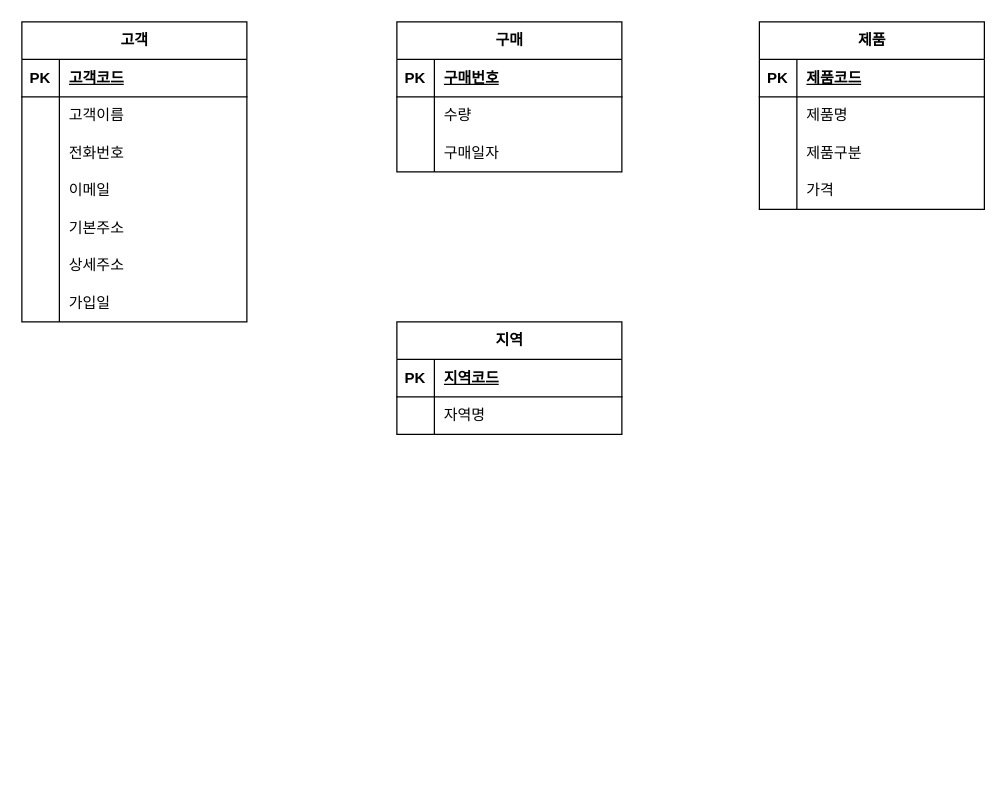
Above: page "페이지-2" (2 of 2) of 제목 없는 다이어그램.drawio in ei1111/erd (draw.io), before the change. Source tidied: cells renumbered, new cells numbered last; positions are measured from the earlier drawing's top-left corner, leaving out a move shared by most shapes. Both pictures are drawn from the tidied source at 125%, with x=0, y=0 at pixel (21, 21).
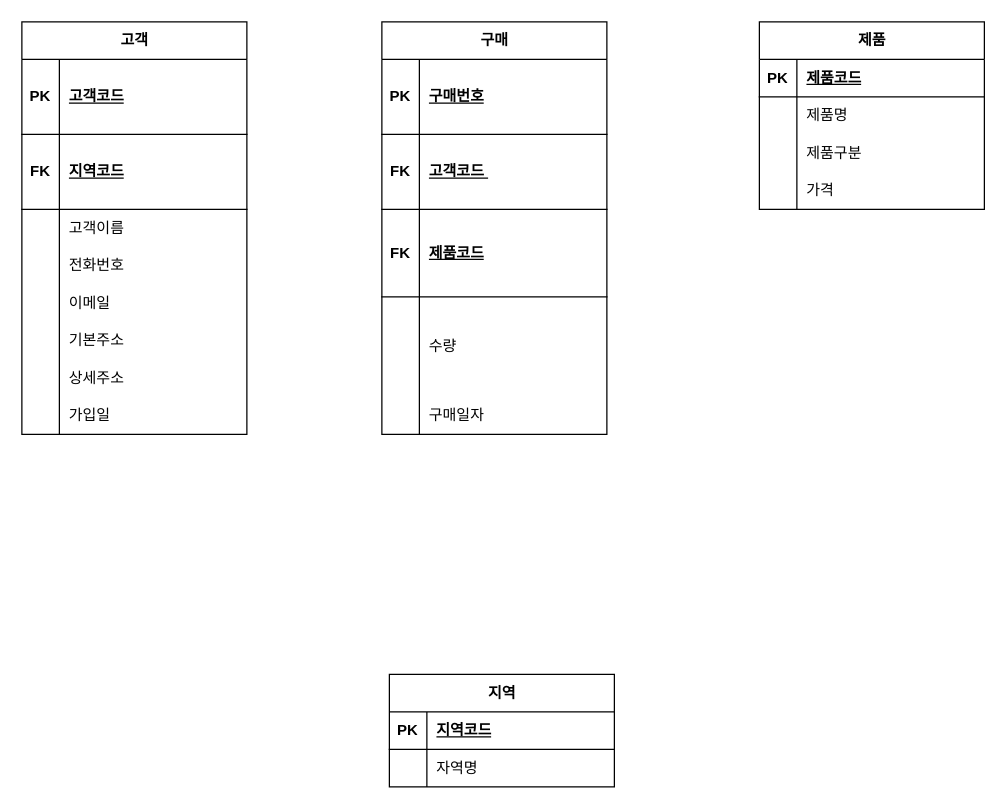
Above is the later version.

Commit message:
제목 없는 다이어그램.drawio 업데이트

What changed in the source:
```diff
@@
     <mxCell id="2" value="고객" style="shape=table;startSize=30;childLayout=tableLayout;rowLines=0;fontStyle=1;align=center;html=1;" parent="1" vertex="1">
-      <mxGeometry width="180" height="240" as="geometry" />
+      <mxGeometry width="180" height="330" as="geometry" />
     </mxCell>
     <mxCell id="3" style="shape=tableRow;horizontal=0;startSize=0;swimlaneHead=0;swimlaneBody=0;fillColor=none;top=0;left=0;right=0;bottom=1;" parent="2" vertex="1">
-      <mxGeometry y="30" width="180" height="30" as="geometry" />
+      <mxGeometry y="30" width="180" height="60" as="geometry" />
     </mxCell>
     <mxCell id="4" value="PK" style="shape=partialRectangle;fillColor=none;top=0;left=0;bottom=0;right=0;fontStyle=1;overflow=hidden;whiteSpace=wrap;html=1;" parent="3" vertex="1">
-      <mxGeometry width="30" height="30" as="geometry" />
+      <mxGeometry width="30" height="60" as="geometry" />
     </mxCell>
     <mxCell id="5" value="고객코드" style="shape=partialRectangle;fillColor=none;top=0;left=0;bottom=0;right=0;align=left;spacingLeft=6;fontStyle=5;overflow=hidden;whiteSpace=wrap;html=1;" parent="3" vertex="1">
-      <mxGeometry x="30" width="150" height="30" as="geometry" />
+      <mxGeometry x="30" width="150" height="60" as="geometry" />
     </mxCell>
+    <mxCell id="54" style="shape=tableRow;horizontal=0;startSize=0;swimlaneHead=0;swimlaneBody=0;fillColor=none;top=0;left=0;right=0;bottom=1;" parent="2" vertex="1">
+      <mxGeometry y="90" width="180" height="60" as="geometry" />
+    </mxCell>
+    <mxCell id="55" value="FK" style="shape=partialRectangle;fillColor=none;top=0;left=0;bottom=0;right=0;fontStyle=1;overflow=hidden;whiteSpace=wrap;html=1;" parent="54" vertex="1">
+      <mxGeometry width="30" height="60" as="geometry" />
+    </mxCell>
+    <mxCell id="56" value="지역코드" style="shape=partialRectangle;fillColor=none;top=0;left=0;bottom=0;right=0;align=left;spacingLeft=6;fontStyle=5;overflow=hidden;whiteSpace=wrap;html=1;" parent="54" vertex="1">
+      <mxGeometry x="30" width="150" height="60" as="geometry" />
+    </mxCell>
     <mxCell id="6" style="shape=tableRow;horizontal=0;startSize=0;swimlaneHead=0;swimlaneBody=0;fillColor=none;top=0;left=0;right=0;bottom=0;" parent="2" vertex="1">
-      <mxGeometry y="60" width="180" height="30" as="geometry" />
+      <mxGeometry y="150" width="180" height="30" as="geometry" />
     </mxCell>
@@
     <mxCell id="9" style="shape=tableRow;horizontal=0;startSize=0;swimlaneHead=0;swimlaneBody=0;fillColor=none;top=0;left=0;right=0;bottom=0;" parent="2" vertex="1">
-      <mxGeometry y="90" width="180" height="30" as="geometry" />
+      <mxGeometry y="180" width="180" height="30" as="geometry" />
     </mxCell>
@@
     <mxCell id="12" style="shape=tableRow;horizontal=0;startSize=0;swimlaneHead=0;swimlaneBody=0;fillColor=none;top=0;left=0;right=0;bottom=0;" parent="2" vertex="1">
-      <mxGeometry y="120" width="180" height="30" as="geometry" />
+      <mxGeometry y="210" width="180" height="30" as="geometry" />
     </mxCell>
@@
     <mxCell id="15" style="shape=tableRow;horizontal=0;startSize=0;swimlaneHead=0;swimlaneBody=0;fillColor=none;top=0;left=0;right=0;bottom=0;" parent="2" vertex="1">
-      <mxGeometry y="150" width="180" height="30" as="geometry" />
+      <mxGeometry y="240" width="180" height="30" as="geometry" />
     </mxCell>
@@
     <mxCell id="18" style="shape=tableRow;horizontal=0;startSize=0;swimlaneHead=0;swimlaneBody=0;fillColor=none;top=0;left=0;right=0;bottom=0;" parent="2" vertex="1">
-      <mxGeometry y="180" width="180" height="30" as="geometry" />
+      <mxGeometry y="270" width="180" height="30" as="geometry" />
     </mxCell>
@@
     <mxCell id="21" style="shape=tableRow;horizontal=0;startSize=0;swimlaneHead=0;swimlaneBody=0;fillColor=none;top=0;left=0;right=0;bottom=0;" parent="2" vertex="1">
-      <mxGeometry y="210" width="180" height="30" as="geometry" />
+      <mxGeometry y="300" width="180" height="30" as="geometry" />
     </mxCell>
@@
     <mxCell id="24" value="구매" style="shape=table;startSize=30;childLayout=tableLayout;rowLines=0;fontStyle=1;align=center;html=1;" parent="1" vertex="1">
-      <mxGeometry x="300" width="180" height="120" as="geometry" />
+      <mxGeometry x="288" width="180" height="330" as="geometry" />
     </mxCell>
+    <mxCell id="57" style="shape=tableRow;horizontal=0;startSize=0;swimlaneHead=0;swimlaneBody=0;fillColor=none;top=0;left=0;right=0;bottom=1;" parent="24" vertex="1">
+      <mxGeometry y="30" width="180" height="60" as="geometry" />
+    </mxCell>
+    <mxCell id="58" value="PK" style="shape=partialRectangle;fillColor=none;top=0;left=0;bottom=0;right=0;fontStyle=1;overflow=hidden;whiteSpace=wrap;html=1;" parent="57" vertex="1">
+      <mxGeometry width="30" height="60" as="geometry" />
+    </mxCell>
+    <mxCell id="59" value="구매번호" style="shape=partialRectangle;fillColor=none;top=0;left=0;bottom=0;right=0;align=left;spacingLeft=6;fontStyle=5;overflow=hidden;whiteSpace=wrap;html=1;" parent="57" vertex="1">
+      <mxGeometry x="30" width="150" height="60" as="geometry" />
+    </mxCell>
+    <mxCell id="60" style="shape=tableRow;horizontal=0;startSize=0;swimlaneHead=0;swimlaneBody=0;fillColor=none;top=0;left=0;right=0;bottom=1;" parent="24" vertex="1">
+      <mxGeometry y="90" width="180" height="60" as="geometry" />
+    </mxCell>
+    <mxCell id="61" value="FK" style="shape=partialRectangle;fillColor=none;top=0;left=0;bottom=0;right=0;fontStyle=1;overflow=hidden;whiteSpace=wrap;html=1;" parent="60" vertex="1">
+      <mxGeometry width="30" height="60" as="geometry" />
+    </mxCell>
+    <mxCell id="62" value="고객코드&amp;nbsp;" style="shape=partialRectangle;fillColor=none;top=0;left=0;bottom=0;right=0;align=left;spacingLeft=6;fontStyle=5;overflow=hidden;whiteSpace=wrap;html=1;" parent="60" vertex="1">
+      <mxGeometry x="30" width="150" height="60" as="geometry" />
+    </mxCell>
     <mxCell id="25" style="shape=tableRow;horizontal=0;startSize=0;swimlaneHead=0;swimlaneBody=0;fillColor=none;top=0;left=0;right=0;bottom=1;" parent="24" vertex="1">
-      <mxGeometry y="30" width="180" height="30" as="geometry" />
+      <mxGeometry y="150" width="180" height="70" as="geometry" />
     </mxCell>
-    <mxCell id="26" value="PK" style="shape=partialRectangle;fillColor=none;top=0;left=0;bottom=0;right=0;fontStyle=1;overflow=hidden;whiteSpace=wrap;html=1;" parent="25" vertex="1">
-      <mxGeometry width="30" height="30" as="geometry" />
+    <mxCell id="26" value="FK" style="shape=partialRectangle;fillColor=none;top=0;left=0;bottom=0;right=0;fontStyle=1;overflow=hidden;whiteSpace=wrap;html=1;" parent="25" vertex="1">
+      <mxGeometry width="30" height="70" as="geometry" />
     </mxCell>
-    <mxCell id="27" value="구매번호" style="shape=partialRectangle;fillColor=none;top=0;left=0;bottom=0;right=0;align=left;spacingLeft=6;fontStyle=5;overflow=hidden;whiteSpace=wrap;html=1;" parent="25" vertex="1">
-      <mxGeometry x="30" width="150" height="30" as="geometry" />
+    <mxCell id="27" value="제품코드" style="shape=partialRectangle;fillColor=none;top=0;left=0;bottom=0;right=0;align=left;spacingLeft=6;fontStyle=5;overflow=hidden;whiteSpace=wrap;html=1;" parent="25" vertex="1">
+      <mxGeometry x="30" width="150" height="70" as="geometry" />
     </mxCell>
     <mxCell id="28" style="shape=tableRow;horizontal=0;startSize=0;swimlaneHead=0;swimlaneBody=0;fillColor=none;top=0;left=0;right=0;bottom=0;" parent="24" vertex="1">
-      <mxGeometry y="60" width="180" height="30" as="geometry" />
+      <mxGeometry y="220" width="180" height="80" as="geometry" />
     </mxCell>
     <mxCell id="29" style="shape=partialRectangle;fillColor=none;top=0;left=0;bottom=0;right=0;overflow=hidden;whiteSpace=wrap;html=1;" parent="28" vertex="1">
-      <mxGeometry width="30" height="30" as="geometry" />
+      <mxGeometry width="30" height="80" as="geometry" />
     </mxCell>
     <mxCell id="30" value="수량" style="shape=partialRectangle;fillColor=none;top=0;left=0;bottom=0;right=0;align=left;spacingLeft=6;overflow=hidden;whiteSpace=wrap;html=1;" parent="28" vertex="1">
-      <mxGeometry x="30" width="150" height="30" as="geometry" />
+      <mxGeometry x="30" width="150" height="80" as="geometry" />
     </mxCell>
     <mxCell id="31" style="shape=tableRow;horizontal=0;startSize=0;swimlaneHead=0;swimlaneBody=0;fillColor=none;top=0;left=0;right=0;bottom=0;" parent="24" vertex="1">
-      <mxGeometry y="90" width="180" height="30" as="geometry" />
+      <mxGeometry y="300" width="180" height="30" as="geometry" />
     </mxCell>
@@
     <mxCell id="47" value="지역" style="shape=table;startSize=30;childLayout=tableLayout;rowLines=0;fontStyle=1;align=center;html=1;" parent="1" vertex="1">
-      <mxGeometry x="300" y="240" width="180" height="90" as="geometry" />
+      <mxGeometry x="294" y="522" width="180" height="90" as="geometry" />
     </mxCell>
```
